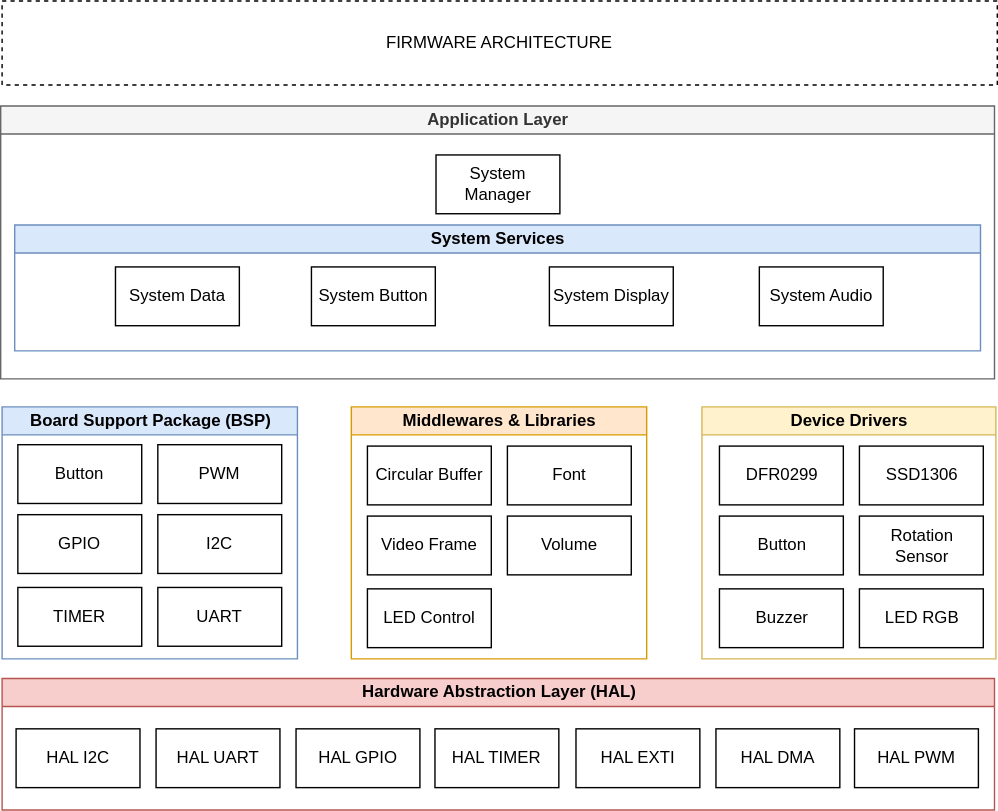
Before: Documents/fw_architecture.drawio.svg, a diagram exported from draw.io (toannguyentien-itr-intern/MP3_Player). Source tidied: cells renumbered, new cells last; positions are measured from the earlier drawing's top-left corner, leaving out a move shared by most shapes.
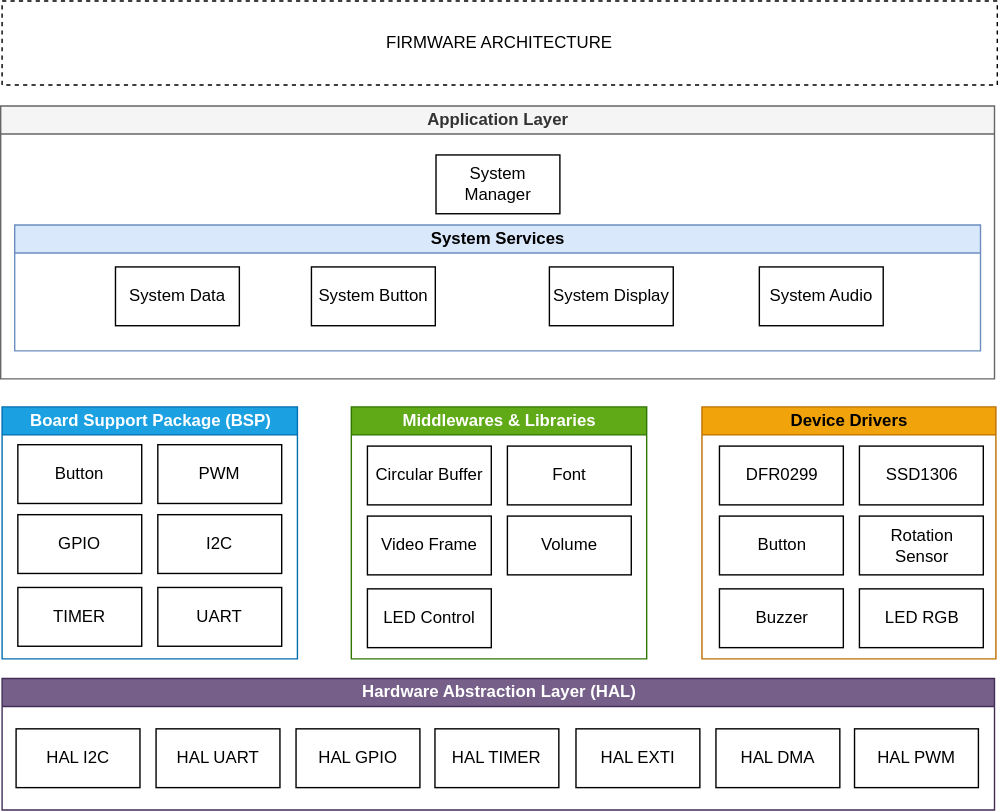
The same diagram one commit later.

Commit message:
Update: Making the readme and drawio file more beatiful

Diff of the diagram source:
```diff
@@ -23,7 +23,7 @@
     <mxCell id="8" value="System Manager" style="rounded=0;whiteSpace=wrap;html=1;" parent="2" vertex="1">
       <mxGeometry x="311" y="35" width="88.5" height="42" as="geometry" />
     </mxCell>
-    <mxCell id="9" value="Board Support Package (BSP)" style="swimlane;html=1;startSize=20;horizontal=1;containerType=tree;glass=0;fillColor=#dae8fc;strokeColor=#6c8ebf;" parent="1" vertex="1">
+    <mxCell id="9" value="Board Support Package (BSP)" style="swimlane;html=1;startSize=20;horizontal=1;containerType=tree;glass=0;fillColor=#1ba1e2;strokeColor=#006EAF;fontColor=#ffffff;" parent="1" vertex="1">
       <mxGeometry x="1" y="290" width="211" height="180" as="geometry" />
     </mxCell>
     <mxCell id="10" value="Button" style="rounded=0;whiteSpace=wrap;html=1;" parent="9" vertex="1">
@@ -44,7 +44,7 @@
     <mxCell id="15" value="UART" style="rounded=0;whiteSpace=wrap;html=1;" parent="9" vertex="1">
       <mxGeometry x="111.2" y="129" width="88.5" height="42" as="geometry" />
     </mxCell>
-    <mxCell id="16" value="Middlewares &amp;amp; Libraries" style="swimlane;html=1;startSize=20;horizontal=1;containerType=tree;glass=0;fillColor=#ffe6cc;strokeColor=#d79b00;" parent="1" vertex="1">
+    <mxCell id="16" value="Middlewares &amp;amp; Libraries" style="swimlane;html=1;startSize=20;horizontal=1;containerType=tree;glass=0;fillColor=#60a917;strokeColor=#2D7600;fontColor=#ffffff;" parent="1" vertex="1">
       <mxGeometry x="250.5" y="290" width="211" height="180" as="geometry" />
     </mxCell>
     <mxCell id="17" value="Circular Buffer" style="rounded=0;whiteSpace=wrap;html=1;" parent="16" vertex="1">
@@ -62,7 +62,7 @@
     <mxCell id="21" value="LED Control" style="rounded=0;whiteSpace=wrap;html=1;" parent="16" vertex="1">
       <mxGeometry x="11.5" y="130" width="88.5" height="42" as="geometry" />
     </mxCell>
-    <mxCell id="22" value="Device Drivers" style="swimlane;html=1;startSize=20;horizontal=1;containerType=tree;glass=0;fillColor=#fff2cc;strokeColor=#d6b656;" parent="1" vertex="1">
+    <mxCell id="22" value="Device Drivers" style="swimlane;html=1;startSize=20;horizontal=1;containerType=tree;glass=0;fillColor=#f0a30a;strokeColor=#BD7000;fontColor=#000000;" parent="1" vertex="1">
       <mxGeometry x="501" y="290" width="210" height="180" as="geometry" />
     </mxCell>
     <mxCell id="23" value="DFR0299" style="rounded=0;whiteSpace=wrap;html=1;" parent="22" vertex="1">
@@ -83,7 +83,7 @@
     <mxCell id="28" value="LED RGB" style="rounded=0;whiteSpace=wrap;html=1;" parent="22" vertex="1">
       <mxGeometry x="112.5" y="130" width="88.5" height="42" as="geometry" />
     </mxCell>
-    <mxCell id="29" value="Hardware Abstraction Layer (HAL)" style="swimlane;html=1;startSize=20;horizontal=1;containerType=tree;glass=0;fillColor=#f8cecc;strokeColor=#b85450;" parent="1" vertex="1">
+    <mxCell id="29" value="Hardware Abstraction Layer (HAL)" style="swimlane;html=1;startSize=20;horizontal=1;containerType=tree;glass=0;fillColor=#76608a;strokeColor=#432D57;fontColor=#ffffff;" parent="1" vertex="1">
       <mxGeometry x="1" y="484" width="709" height="94" as="geometry" />
     </mxCell>
     <mxCell id="30" style="group;" parent="29" vertex="1">
```
